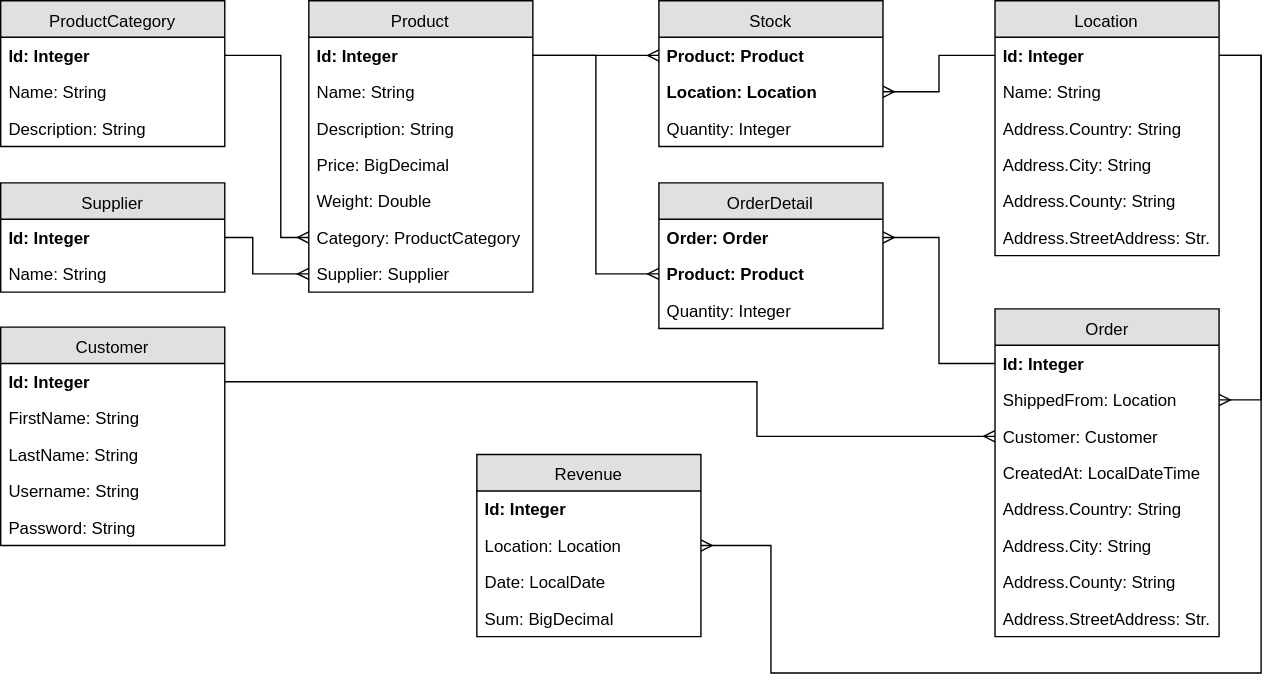
This is diagrams/data-model.svg from msg-CareerPaths/spring-training, a draw.io export, as it was before one commit. Source tidied: cells renumbered, new cells last; positions are measured from the earlier drawing's top-left corner, leaving out a move shared by most shapes.
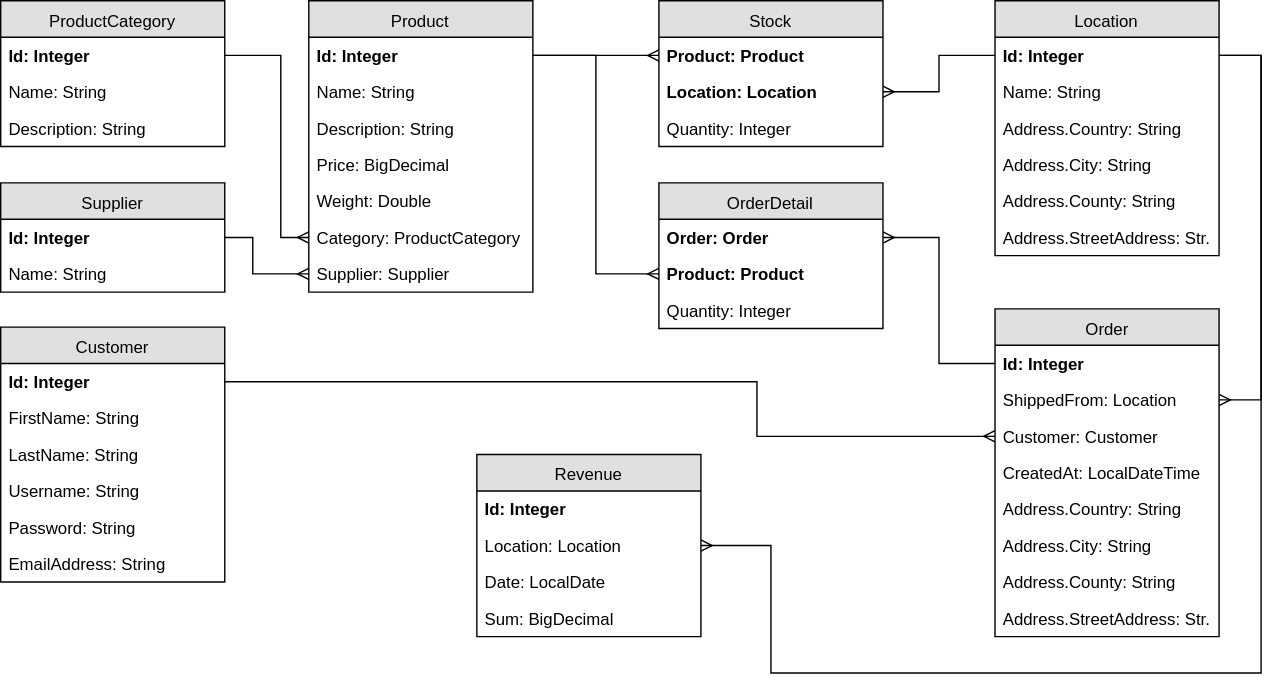
After the change.

Commit message:
Adds optional chapters (JDBC, OAuth, OData, Mail).

Diff of the diagram source:
```diff
@@ -120,7 +120,7 @@
       <mxGeometry y="78" width="160" height="26" as="geometry" />
     </mxCell>
     <mxCell id="41" value="&lt;font face=&quot;Helvetica&quot;&gt;Customer&lt;/font&gt;" style="swimlane;fontStyle=0;horizontal=1;startSize=26;fillColor=#e0e0e0;swimlaneFillColor=#ffffff;align=center;rounded=0;glass=0;labelBackgroundColor=none;strokeColor=#000000;strokeWidth=1;fontFamily=Times New Roman;fontSize=12;fontColor=#000000;html=1;" parent="1" vertex="1">
-      <mxGeometry y="233" width="160" height="156" as="geometry" />
+      <mxGeometry y="233" width="160" height="182" as="geometry" />
     </mxCell>
     <mxCell id="42" value="Id: Integer" style="text;strokeColor=none;fillColor=none;spacingLeft=4;spacingRight=4;overflow=hidden;points=[[0,0.5],[1,0.5]];portConstraint=eastwest;fontStyle=1;" parent="41" vertex="1">
       <mxGeometry y="26" width="160" height="26" as="geometry" />
@@ -137,6 +137,9 @@
     <mxCell id="46" value="Password: String" style="text;strokeColor=none;fillColor=none;spacingLeft=4;spacingRight=4;overflow=hidden;" parent="41" vertex="1">
       <mxGeometry y="130" width="160" height="26" as="geometry" />
     </mxCell>
+    <mxCell id="61" value="EmailAddress: String" style="text;strokeColor=none;fillColor=none;spacingLeft=4;spacingRight=4;overflow=hidden;" parent="41" vertex="1">
+      <mxGeometry y="156" width="160" height="26" as="geometry" />
+    </mxCell>
     <mxCell id="47" style="edgeStyle=orthogonalEdgeStyle;rounded=0;comic=0;html=1;labelBackgroundColor=#EBEBEB;startArrow=none;startFill=0;endArrow=ERmany;endFill=0;jettySize=auto;strokeColor=#000000;strokeWidth=1;fontFamily=Times New Roman;fontSize=12;fontColor=#000000;" parent="1" edge="1" source="11" target="8">
       <mxGeometry relative="1" as="geometry">
         <Array as="points">
```
